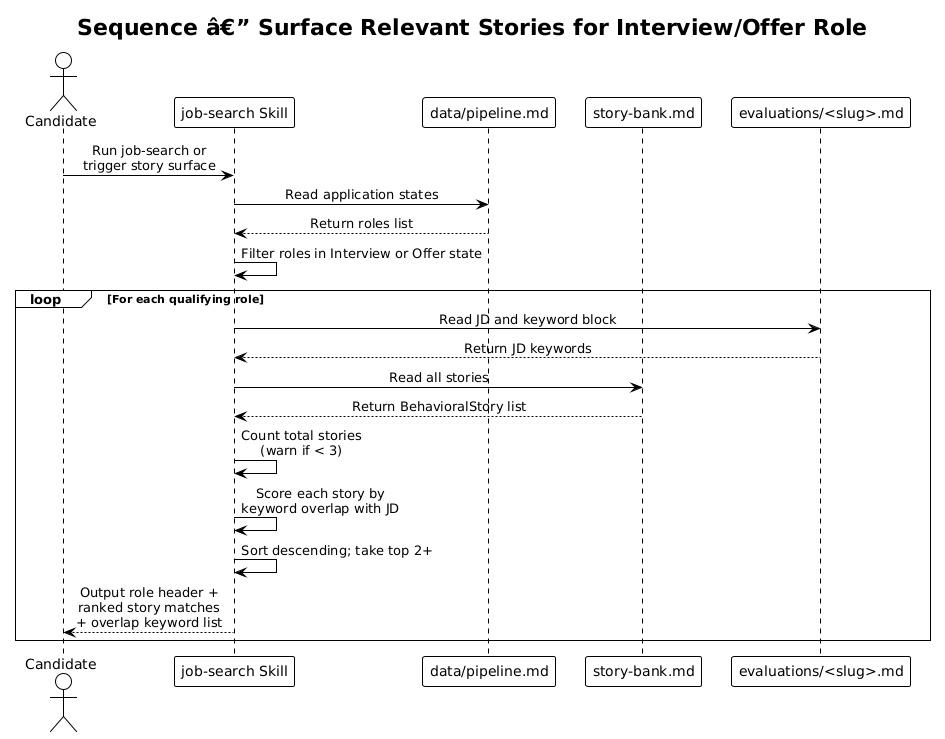
Before: docs/detailed-designs/10-interview-preparation/diagrams/sequence_surface_stories.png, a diagram exported from PlantUML (QuinntyneBrown/Orbit).
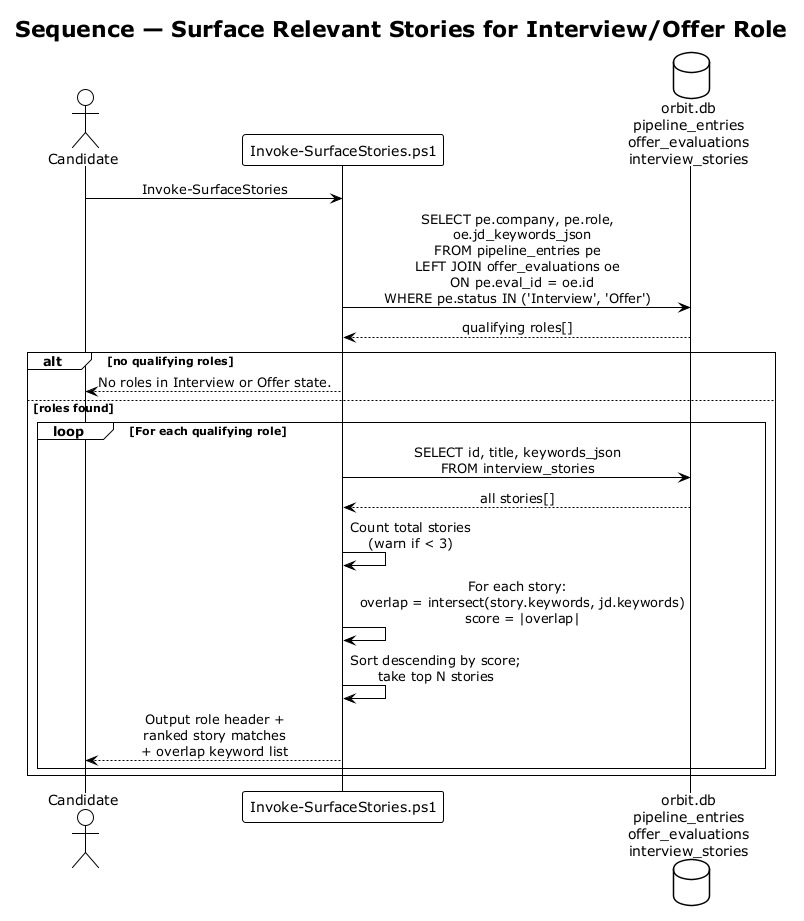
After the change.

What changed in the source:
```diff
@@ -1,30 +1,31 @@
-@startuml
+@startuml sequence_surface_stories
 !theme plain
 skinparam sequenceMessageAlign center
 
-title Sequence â€” Surface Relevant Stories for Interview/Offer Role
+title Sequence — Surface Relevant Stories for Interview/Offer Role
 
 actor Candidate
-participant "job-search Skill" as Skill
-participant "data/pipeline.md" as Pipeline
-participant "story-bank.md" as StoryBank
-participant "evaluations/<slug>.md" as Evaluation
+participant "Invoke-SurfaceStories.ps1" as Script
+database "orbit.db\npipeline_entries\noffer_evaluations\ninterview_stories" as DB
 
-Candidate -> Skill : Run job-search or\ntrigger story surface
-Skill -> Pipeline : Read application states
-Pipeline --> Skill : Return roles list
+Candidate -> Script : Invoke-SurfaceStories
 
-Skill -> Skill : Filter roles in Interview or Offer state
+Script -> DB : SELECT pe.company, pe.role,\n  oe.jd_keywords_json\nFROM pipeline_entries pe\nLEFT JOIN offer_evaluations oe\n  ON pe.eval_id = oe.id\nWHERE pe.status IN ('Interview', 'Offer')
+DB --> Script : qualifying roles[]
 
-loop For each qualifying role
-    Skill -> Evaluation : Read JD and keyword block
-    Evaluation --> Skill : Return JD keywords
-    Skill -> StoryBank : Read all stories
-    StoryBank --> Skill : Return BehavioralStory list
+alt no qualifying roles
+    Script --> Candidate : No roles in Interview or Offer state.
+else roles found
+    loop For each qualifying role
+        Script -> DB : SELECT id, title, keywords_json\nFROM interview_stories
+        DB --> Script : all stories[]
 
-    Skill -> Skill : Count total stories\n(warn if < 3)
-    Skill -> Skill : Score each story by\nkeyword overlap with JD
-    Skill -> Skill : Sort descending; take top 2+
-    Skill --> Candidate : Output role header +\nranked story matches\n+ overlap keyword list
+        Script -> Script : Count total stories\n(warn if < 3)
+        Script -> Script : For each story:\n  overlap = intersect(story.keywords, jd.keywords)\n  score = |overlap|
+        Script -> Script : Sort descending by score;\ntake top N stories
+
+        Script --> Candidate : Output role header +\nranked story matches\n+ overlap keyword list
+    end
 end
+
 @enduml
```
